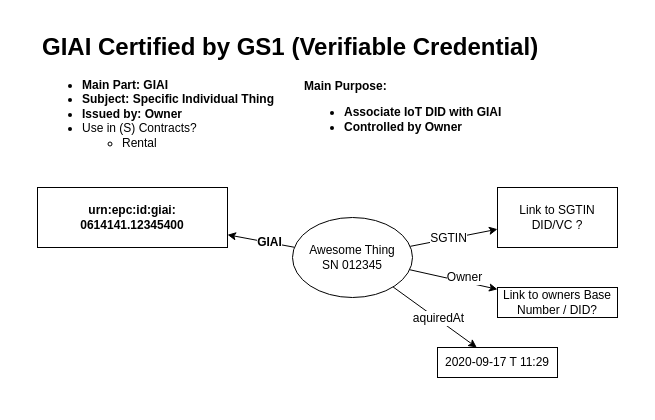
gs1-germany-innolab/CertifiedByGS1-I4.0-OnePager keeps this draw.io diagram as page "GIAI" (5 of 5) of ssi/GS1-VCs.drawio. Above is the earlier version. Source tidied: cells renumbered, new cells numbered last; positions are measured from the earlier drawing's top-left corner, leaving out a move shared by most shapes. Both pictures are drawn from the tidied source at 100%, with x=0, y=0 at pixel (37, 27).
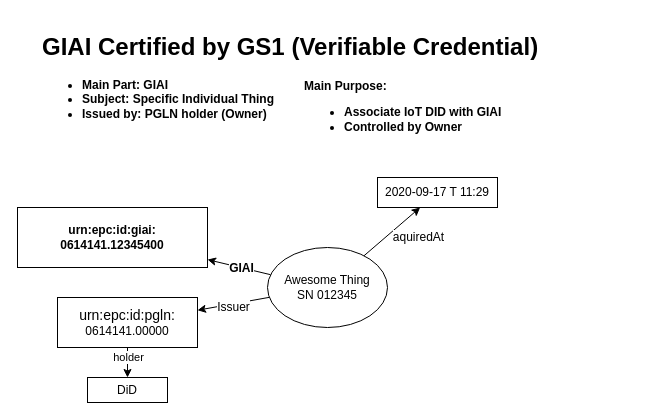
After the change.

Change to the diagram source:
```diff
@@
 <mxGraphModel>
   <root>
     <mxCell id="0" />
     <mxCell id="1" parent="0" />
-    <mxCell id="2" value="&lt;h1&gt;GIAI Certified by GS1 (Verifiable Credential)&lt;br&gt;&lt;/h1&gt;&lt;ul&gt;&lt;li&gt;&lt;b&gt;Main Part: GIAI&lt;/b&gt;&lt;/li&gt;&lt;li&gt;&lt;b&gt;Subject: Specific Individual Thing&lt;/b&gt;&lt;/li&gt;&lt;li&gt;&lt;b&gt;Issued by: Owner&lt;/b&gt;&lt;/li&gt;&lt;li&gt;Use in (S) Contracts?&lt;/li&gt;&lt;ul&gt;&lt;li&gt;Rental&lt;b&gt;&lt;br&gt;&lt;/b&gt;&lt;/li&gt;&lt;/ul&gt;&lt;/ul&gt;" style="text;html=1;strokeColor=none;fillColor=none;spacing=5;spacingTop=-20;whiteSpace=wrap;overflow=hidden;rounded=0;fontSize=12;" parent="1" vertex="1">
+    <mxCell id="2" value="&lt;h1&gt;GIAI Certified by GS1 (Verifiable Credential)&lt;br&gt;&lt;/h1&gt;&lt;ul&gt;&lt;li&gt;&lt;b&gt;Main Part: GIAI&lt;/b&gt;&lt;/li&gt;&lt;li&gt;&lt;b&gt;Subject: Specific Individual Thing&lt;/b&gt;&lt;/li&gt;&lt;li&gt;&lt;b&gt;Issued by: PGLN holder (Owner)&lt;/b&gt;&lt;/li&gt;&lt;/ul&gt;" style="text;html=1;strokeColor=none;fillColor=none;spacing=5;spacingTop=-20;whiteSpace=wrap;overflow=hidden;rounded=0;fontSize=12;" parent="1" vertex="1">
       <mxGeometry width="600" height="190" as="geometry" />
     </mxCell>
     <mxCell id="3" style="rounded=0;jettySize=auto;html=1;" parent="1" edge="1" source="12" target="13">
       <mxGeometry relative="1" as="geometry" />
     </mxCell>
     <mxCell id="4" value="GIAI" style="edgeLabel;html=1;align=center;verticalAlign=middle;fontSize=12;fontStyle=1;" parent="3" vertex="1">
       <mxGeometry x="0.2" y="2" relative="1" as="geometry">
-        <mxPoint x="15.6" y="-0.2" as="offset" />
+        <mxPoint x="8.5" as="offset" />
       </mxGeometry>
     </mxCell>
-    <mxCell id="5" style="edgeStyle=none;rounded=0;jettySize=auto;html=1;fontSize=12;" parent="1" edge="1" source="12" target="2">
-      <mxGeometry relative="1" as="geometry" />
-    </mxCell>
-    <mxCell id="6" style="edgeStyle=none;rounded=0;jettySize=auto;html=1;fontSize=12;" parent="1" edge="1" source="12" target="14">
-      <mxGeometry relative="1" as="geometry" />
-    </mxCell>
-    <mxCell id="7" value="SGTIN" style="edgeLabel;html=1;align=center;verticalAlign=middle;fontSize=12;" parent="6" vertex="1">
-      <mxGeometry x="-0.13" y="1" relative="1" as="geometry" />
-    </mxCell>
     <mxCell id="8" style="edgeStyle=none;rounded=0;jettySize=auto;html=1;fontSize=12;" parent="1" edge="1" source="12" target="16">
       <mxGeometry relative="1" as="geometry" />
     </mxCell>
-    <mxCell id="9" value="Owner" style="edgeLabel;html=1;align=center;verticalAlign=middle;fontSize=12;" parent="8" vertex="1">
+    <mxCell id="9" value="Issuer" style="edgeLabel;html=1;align=center;verticalAlign=middle;fontSize=12;" parent="8" vertex="1">
       <mxGeometry x="-0.47" y="-3" relative="1" as="geometry">
-        <mxPoint x="31.8" y="-0.4" as="offset" />
+        <mxPoint x="-17.3" y="9.3" as="offset" />
       </mxGeometry>
     </mxCell>
     <mxCell id="10" style="edgeStyle=none;rounded=0;jettySize=auto;html=1;fontSize=12;" parent="1" edge="1" source="12" target="17">
       <mxGeometry relative="1" as="geometry" />
     </mxCell>
     <mxCell id="11" value="aquiredAt" style="edgeLabel;html=1;align=center;verticalAlign=middle;fontSize=12;" parent="10" vertex="1">
       <mxGeometry x="0.49" y="2" relative="1" as="geometry">
-        <mxPoint x="-18.9" y="-12.7" as="offset" />
+        <mxPoint x="13.2" y="19" as="offset" />
       </mxGeometry>
     </mxCell>
     <mxCell id="12" value="Awesome Thing&lt;br&gt;SN 012345" style="ellipse;whiteSpace=wrap;html=1;" parent="1" vertex="1">
-      <mxGeometry x="255" y="190" width="120" height="80" as="geometry" />
+      <mxGeometry x="230" y="220" width="120" height="80" as="geometry" />
     </mxCell>
     <mxCell id="13" value="urn:epc:id:giai:&lt;br&gt;0614141.12345400" style="whiteSpace=wrap;html=1;fontStyle=1;" parent="1" vertex="1">
-      <mxGeometry y="160" width="190" height="60" as="geometry" />
+      <mxGeometry x="-20" y="180" width="190" height="60" as="geometry" />
     </mxCell>
-    <mxCell id="14" value="Link to SGTIN DID/VC ?" style="whiteSpace=wrap;html=1;" parent="1" vertex="1">
-      <mxGeometry x="460" y="160" width="120" height="60" as="geometry" />
-    </mxCell>
     <mxCell id="15" value="&lt;div align=&quot;left&quot;&gt;Main Purpose: &lt;br&gt;&lt;/div&gt;&lt;div align=&quot;left&quot;&gt;&lt;ul&gt;&lt;li&gt;Associate IoT DID with GIAI&lt;/li&gt;&lt;li&gt;Controlled by Owner&lt;br&gt;&lt;/li&gt;&lt;/ul&gt;&lt;/div&gt;" style="text;html=1;strokeColor=none;fillColor=none;align=left;verticalAlign=middle;whiteSpace=wrap;rounded=0;fontSize=12;fontStyle=1;" parent="1" vertex="1">
       <mxGeometry x="265" y="50" width="295" height="70" as="geometry" />
     </mxCell>
+    <mxCell id="18" style="edgeStyle=none;rounded=0;jettySize=auto;html=1;" parent="1" edge="1" source="16" target="20">
+      <mxGeometry relative="1" as="geometry" />
+    </mxCell>
+    <mxCell id="19" value="holder" style="edgeLabel;html=1;align=center;verticalAlign=middle;" parent="18" vertex="1">
+      <mxGeometry x="-0.58" y="1" relative="1" as="geometry">
+        <mxPoint x="-1" y="3.8" as="offset" />
+      </mxGeometry>
+    </mxCell>
-    <mxCell id="16" value="Link to owners Base Number / DID?" style="whiteSpace=wrap;html=1;" parent="1" vertex="1">
-      <mxGeometry x="460" y="260" width="120" height="30" as="geometry" />
+    <mxCell id="16" value="&lt;div style=&quot;box-sizing: border-box ; font-family: &amp;#34;segoe ui&amp;#34; , , &amp;#34;apple color emoji&amp;#34; , &amp;#34;segoe ui emoji&amp;#34; , sans-serif ; font-size: 14px ; font-style: normal ; font-weight: 400 ; letter-spacing: normal ; text-indent: 0px ; text-transform: none ; word-spacing: 0px&quot;&gt;urn:epc:id:pgln:&lt;/div&gt;0614141.00000" style="whiteSpace=wrap;html=1;" parent="1" vertex="1">
+      <mxGeometry x="20" y="270" width="140" height="50" as="geometry" />
     </mxCell>
     <mxCell id="17" value="2020-09-17 T 11:29" style="whiteSpace=wrap;html=1;" parent="1" vertex="1">
-      <mxGeometry x="400" y="320" width="120" height="30" as="geometry" />
+      <mxGeometry x="340" y="150" width="120" height="30" as="geometry" />
     </mxCell>
+    <mxCell id="20" value="DiD" style="whiteSpace=wrap;html=1;" parent="1" vertex="1">
+      <mxGeometry x="50" y="350" width="80" height="25" as="geometry" />
+    </mxCell>
   </root>
 </mxGraphModel>
```
